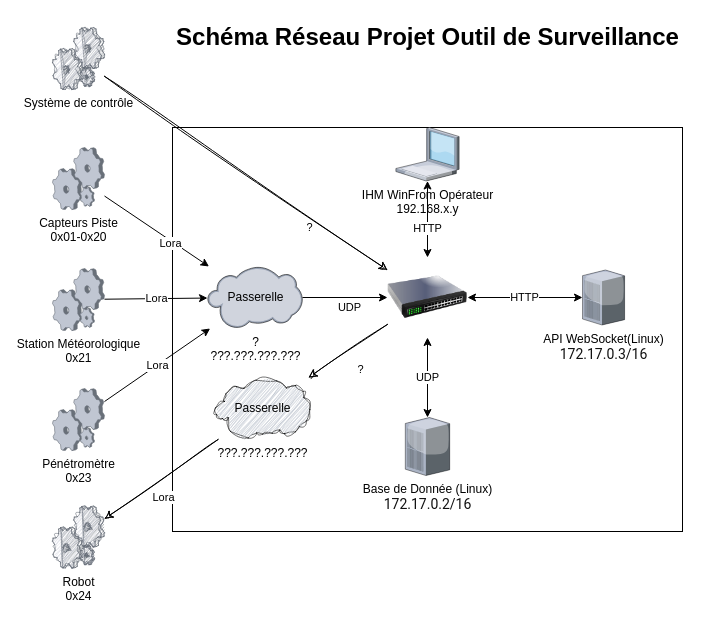
Above: documentation/Schéma Réseau.drawio in ToGen49/Hippodrome (draw.io), before the change. Source tidied: cells renumbered, new cells numbered last; positions are measured from the earlier drawing's top-left corner, leaving out a move shared by most shapes. Both pictures are drawn from the tidied source at 100%, with x=0, y=0 at pixel (52, 17).
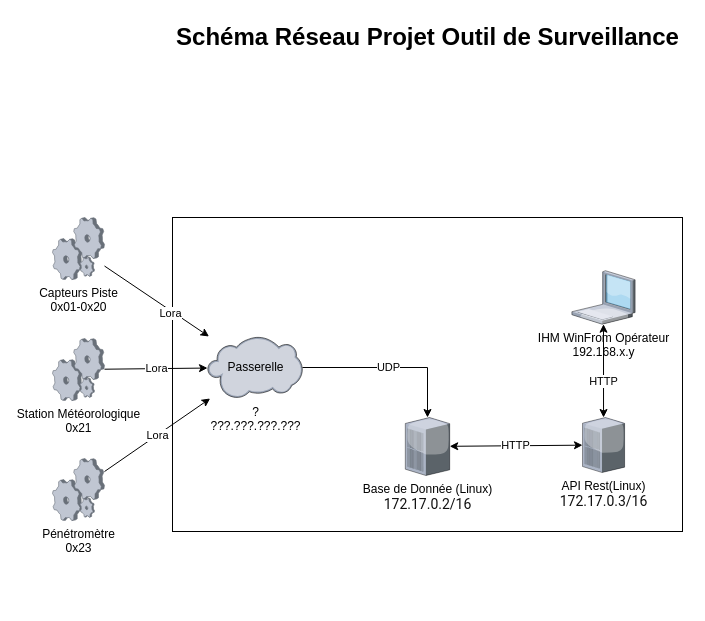
After the change.

Commit message:
Mettre à jour Schéma Réseau.drawio

The change refers to these unchanged cells:
```xml
<mxCell id="15" value="Base de Donnée (Linux)&lt;br&gt;&lt;div&gt;&lt;span style=&quot;color: rgb(17, 17, 17); font-family: Roboto, Helvetica, sans-serif; font-size: 14px; text-align: left; text-wrap-mode: wrap; background-color: rgb(255, 255, 255);&quot;&gt;172.17.0.2/16&lt;/span&gt;&lt;/div&gt;" style="verticalLabelPosition=bottom;sketch=0;html=1;verticalAlign=top;strokeColor=none;align=center;outlineConnect=0;shape=mxgraph.citrix.pbx_server;" parent="1" vertex="1">
  <mxGeometry x="352.8" y="400" width="44.4" height="58" as="geometry" />
</mxCell>
```

Change to the diagram source:
```diff
@@
     <mxCell id="2" style="rounded=0;whiteSpace=wrap;html=1;" parent="1" vertex="1">
-      <mxGeometry x="120" y="110" width="510" height="404" as="geometry" />
+      <mxGeometry x="120" y="200" width="510" height="314" as="geometry" />
     </mxCell>
@@
     <mxCell id="4" value="IHM WinFrom Opérateur&lt;div&gt;192.168.x.y&lt;/div&gt;" style="verticalLabelPosition=bottom;sketch=0;html=1;verticalAlign=top;strokeColor=none;align=center;outlineConnect=0;shape=mxgraph.citrix.laptop_1;" parent="1" vertex="1">
-      <mxGeometry x="343.4" y="110" width="63.2" height="53.5" as="geometry" />
+      <mxGeometry x="519.4" y="253.2" width="63.2" height="53.5" as="geometry" />
     </mxCell>
     <mxCell id="5" value="Capteurs Piste&lt;div&gt;0x01-0x20&lt;/div&gt;" style="verticalLabelPosition=bottom;sketch=0;html=1;verticalAlign=top;strokeColor=none;align=center;outlineConnect=0;shape=mxgraph.citrix.process;" parent="1" vertex="1">
-      <mxGeometry y="130" width="52" height="62" as="geometry" />
+      <mxGeometry y="200" width="52" height="62" as="geometry" />
     </mxCell>
     <mxCell id="6" value="Station Météorologique&lt;br&gt;0x21&lt;br&gt;&lt;div&gt;&lt;br&gt;&lt;/div&gt;" style="verticalLabelPosition=bottom;sketch=0;html=1;verticalAlign=top;strokeColor=none;align=center;outlineConnect=0;shape=mxgraph.citrix.process;" parent="1" vertex="1">
-      <mxGeometry y="251" width="52" height="62" as="geometry" />
+      <mxGeometry y="321" width="52" height="62" as="geometry" />
     </mxCell>
     <mxCell id="7" value="Pénétromètre&lt;div&gt;0x23&lt;/div&gt;" style="verticalLabelPosition=bottom;sketch=0;html=1;verticalAlign=top;strokeColor=none;align=center;outlineConnect=0;shape=mxgraph.citrix.process;" parent="1" vertex="1">
-      <mxGeometry y="371" width="52" height="62" as="geometry" />
+      <mxGeometry y="441" width="52" height="62" as="geometry" />
     </mxCell>
     <mxCell id="8" value="?&lt;br&gt;???.???.???.???" style="verticalLabelPosition=bottom;sketch=0;html=1;verticalAlign=top;strokeColor=none;align=center;outlineConnect=0;shape=mxgraph.citrix.cloud;" parent="1" vertex="1">
-      <mxGeometry x="155" y="249" width="95" height="62" as="geometry" />
+      <mxGeometry x="155" y="319" width="95" height="62" as="geometry" />
     </mxCell>
     <mxCell id="9" value="Passerelle" style="text;html=1;align=center;verticalAlign=middle;strokeColor=none;fillColor=none;" parent="1" vertex="1">
-      <mxGeometry x="162.5" y="265" width="80" height="30" as="geometry" />
+      <mxGeometry x="162.5" y="335" width="80" height="30" as="geometry" />
     </mxCell>
@@
-    <mxCell id="14" value="UDP" style="edgeStyle=orthogonalEdgeStyle;rounded=0;jettySize=auto;html=1;" parent="1" edge="1" source="8" target="17">
-      <mxGeometry x="0.11" y="-10" relative="1" as="geometry" />
+    <mxCell id="14" value="UDP" style="edgeStyle=orthogonalEdgeStyle;rounded=0;jettySize=auto;html=1;" parent="1" edge="1" source="8" target="15">
+      <mxGeometry x="-0.02" relative="1" as="geometry" />
     </mxCell>
@@
-    <mxCell id="16" value="API WebSocket(Linux)&lt;br&gt;&lt;div&gt;&lt;span style=&quot;color: rgb(17, 17, 17); font-family: Roboto, Helvetica, sans-serif; font-size: 14px; text-align: left; text-wrap-mode: wrap; background-color: rgb(255, 255, 255);&quot;&gt;172.17.0.3/16&lt;/span&gt;&lt;/div&gt;" style="verticalLabelPosition=bottom;sketch=0;html=1;verticalAlign=top;strokeColor=none;align=center;outlineConnect=0;shape=mxgraph.citrix.pbx_server;" parent="1" vertex="1">
-      <mxGeometry x="530" y="252.5" width="42.1" height="55" as="geometry" />
+    <mxCell id="16" value="API Rest&lt;span style=&quot;background-color: transparent; color: light-dark(rgb(0, 0, 0), rgb(255, 255, 255));&quot;&gt;(Linux)&lt;/span&gt;&lt;div&gt;&lt;div&gt;&lt;span style=&quot;color: rgb(17, 17, 17); font-family: Roboto, Helvetica, sans-serif; font-size: 14px; text-align: left; text-wrap-mode: wrap; background-color: rgb(255, 255, 255);&quot;&gt;172.17.0.3/16&lt;/span&gt;&lt;/div&gt;&lt;/div&gt;" style="verticalLabelPosition=bottom;sketch=0;html=1;verticalAlign=top;strokeColor=none;align=center;outlineConnect=0;shape=mxgraph.citrix.pbx_server;" parent="1" vertex="1">
+      <mxGeometry x="530" y="400" width="42.1" height="55" as="geometry" />
     </mxCell>
-    <mxCell id="17" style="image;html=1;image=img/lib/clip_art/networking/Switch_128x128.png;" parent="1" vertex="1">
-      <mxGeometry x="335" y="240" width="80" height="80" as="geometry" />
-    </mxCell>
-    <mxCell id="18" value="HTTP" style="endArrow=classic;startArrow=classic;html=1;rounded=0;entryX=1;entryY=0.5;entryDx=0;entryDy=0;" parent="1" edge="1" source="16" target="17">
+    <mxCell id="18" value="HTTP" style="endArrow=classic;startArrow=classic;html=1;rounded=0;" parent="1" edge="1" source="16" target="15">
       <mxGeometry x="0.01" relative="1" as="geometry" />
     </mxCell>
-    <mxCell id="19" value="HTTP" style="endArrow=classic;startArrow=classic;html=1;rounded=0;" parent="1" edge="1" source="4" target="17">
+    <mxCell id="19" value="HTTP" style="endArrow=classic;startArrow=classic;html=1;rounded=0;" parent="1" edge="1" source="4" target="16">
       <mxGeometry x="0.22" relative="1" as="geometry" />
     </mxCell>
-    <mxCell id="20" value="???.???.???.???" style="verticalLabelPosition=bottom;sketch=1;html=1;verticalAlign=top;strokeColor=none;align=center;outlineConnect=0;shape=mxgraph.citrix.cloud;shadow=0;curveFitting=1;jiggle=2;" parent="1" vertex="1">
-      <mxGeometry x="162.5" y="360" width="95" height="62" as="geometry" />
-    </mxCell>
-    <mxCell id="21" value="Passerelle" style="text;html=1;align=center;verticalAlign=middle;strokeColor=none;fillColor=none;shadow=0;sketch=1;curveFitting=1;jiggle=2;" parent="1" vertex="1">
-      <mxGeometry x="170" y="376" width="80" height="30" as="geometry" />
-    </mxCell>
-    <mxCell id="22" style="endArrow=classic;html=1;rounded=0;shadow=0;sketch=1;curveFitting=1;jiggle=2;" parent="1" edge="1" source="17" target="20">
-      <mxGeometry relative="1" as="geometry" />
-    </mxCell>
-    <mxCell id="23" value="?" style="edgeLabel;html=1;align=center;verticalAlign=middle;" parent="22" vertex="1">
-      <mxGeometry x="0.29" y="-3" relative="1" as="geometry">
-        <mxPoint x="25" y="13" as="offset" />
-      </mxGeometry>
-    </mxCell>
-    <mxCell id="24" style="endArrow=classic;html=1;rounded=0;shadow=0;sketch=1;curveFitting=1;jiggle=2;" parent="1" edge="1" source="20" target="26">
-      <mxGeometry relative="1" as="geometry" />
-    </mxCell>
-    <mxCell id="25" value="Lora" style="edgeLabel;html=1;align=center;verticalAlign=middle;" parent="24" vertex="1">
-      <mxGeometry x="0.29" y="-3" relative="1" as="geometry">
-        <mxPoint x="20" y="9" as="offset" />
-      </mxGeometry>
-    </mxCell>
-    <mxCell id="26" value="Robot&lt;br&gt;0x24" style="verticalLabelPosition=bottom;html=1;verticalAlign=top;strokeColor=none;align=center;outlineConnect=0;shape=mxgraph.citrix.process;shadow=0;sketch=1;curveFitting=1;jiggle=2;" parent="1" vertex="1">
-      <mxGeometry y="488.5" width="52" height="62" as="geometry" />
-    </mxCell>
-    <mxCell id="27" value="Système de contrôle" style="verticalLabelPosition=bottom;html=1;verticalAlign=top;strokeColor=none;align=center;outlineConnect=0;shape=mxgraph.citrix.process;shadow=0;sketch=1;curveFitting=1;jiggle=2;" parent="1" vertex="1">
-      <mxGeometry y="10" width="52" height="62" as="geometry" />
-    </mxCell>
-    <mxCell id="28" style="endArrow=classic;html=1;rounded=0;shadow=0;sketch=1;curveFitting=1;jiggle=2;" parent="1" edge="1" source="27" target="17">
-      <mxGeometry relative="1" as="geometry" />
-    </mxCell>
-    <mxCell id="29" value="?" style="edgeLabel;html=1;align=center;verticalAlign=middle;" parent="28" vertex="1">
-      <mxGeometry x="0.29" y="-3" relative="1" as="geometry">
-        <mxPoint x="24" y="23" as="offset" />
-      </mxGeometry>
-    </mxCell>
-    <mxCell id="30" value="UDP" style="endArrow=classic;startArrow=classic;html=1;rounded=0;" parent="1" edge="1" source="15" target="17">
-      <mxGeometry x="0.01" relative="1" as="geometry" />
-    </mxCell>
```
